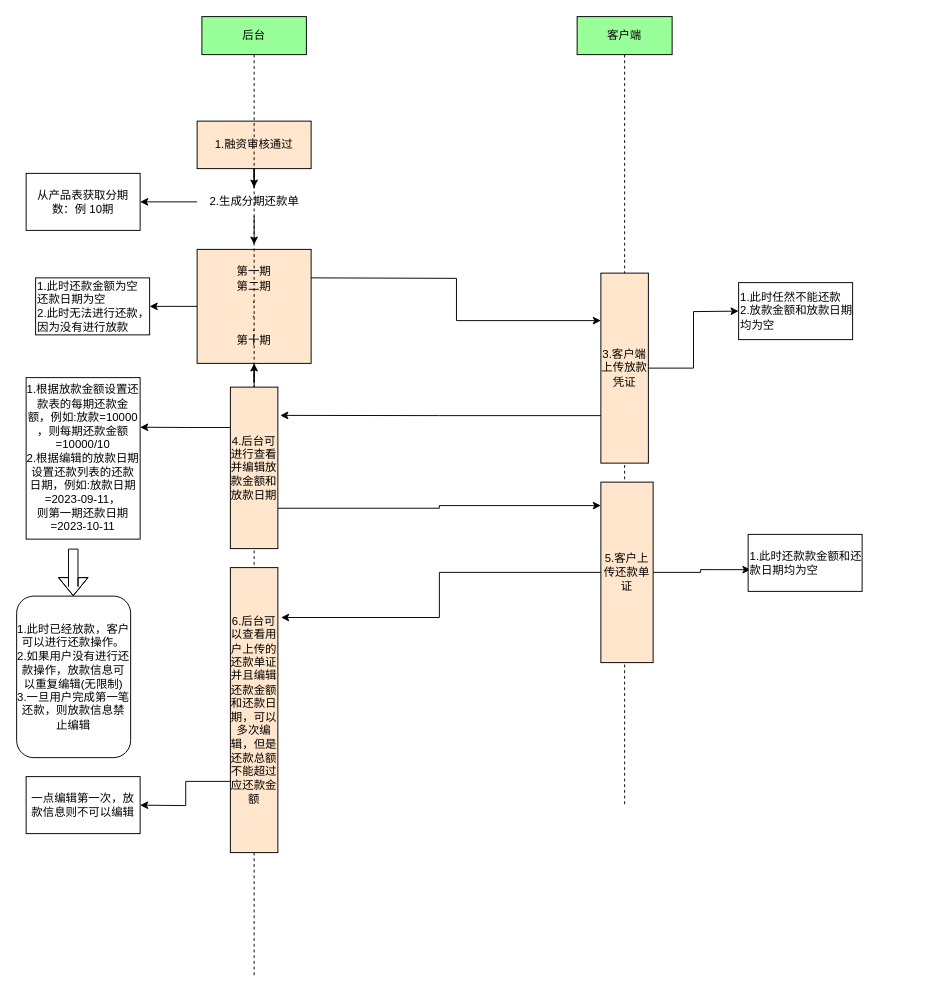
Earlier version of the draw.io diagram 放款与还款.drawio (HaivenZhang/draw-io-files). Source tidied: cells renumbered, new cells numbered last; positions are measured from the earlier drawing's top-left corner, leaving out a move shared by most shapes. Both pictures are drawn from the tidied source at 95%, with x=0, y=0 at pixel (16, 16).
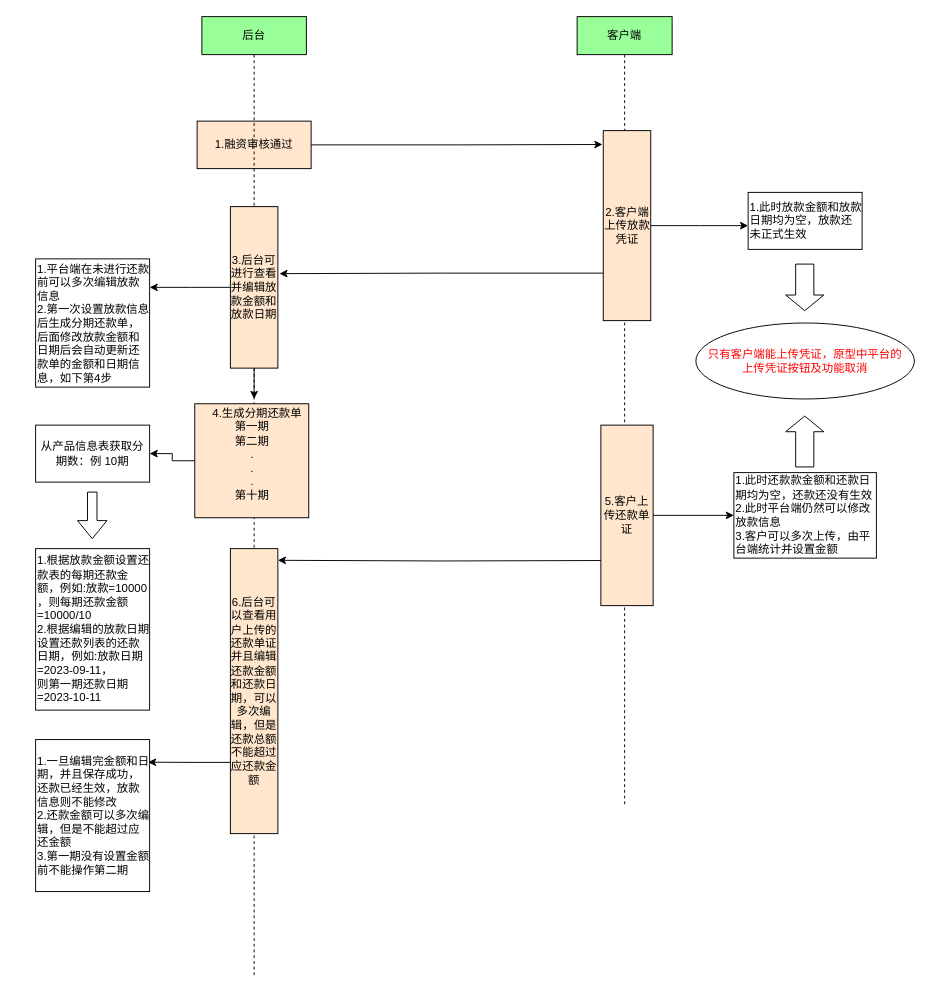
The same diagram, later.

Commit message:
更新放款与还款.drawio

Unchanged cells that the change refers to:
```xml
<mxCell id="3" value="1.融资审核通过" style="rounded=0;whiteSpace=wrap;html=1;fillColor=#FFE6CC;" parent="1" vertex="1">
  <mxGeometry x="190" y="110" width="120" height="50" as="geometry" />
</mxCell>
```

Change to the diagram source:
```diff
@@
-    <mxCell id="2" style="edgeStyle=orthogonalEdgeStyle;rounded=0;jettySize=auto;html=1;exitX=0.5;exitY=1;exitDx=0;exitDy=0;" parent="1" edge="1" source="6">
-      <mxGeometry relative="1" as="geometry">
-        <mxPoint x="250" y="240" as="targetPoint" />
-      </mxGeometry>
-    </mxCell>
+    <mxCell id="32" style="edgeStyle=orthogonalEdgeStyle;rounded=0;jettySize=auto;html=1;exitX=1;exitY=0.5;exitDx=0;exitDy=0;entryX=-0.017;entryY=0.073;entryDx=0;entryDy=0;entryPerimeter=0;" parent="1" edge="1" source="3" target="16">
+      <mxGeometry relative="1" as="geometry" />
+    </mxCell>
@@
-    <mxCell id="4" style="edgeStyle=orthogonalEdgeStyle;rounded=0;jettySize=auto;html=1;exitX=0.5;exitY=1;exitDx=0;exitDy=0;" parent="1" edge="1" source="3" target="6">
-      <mxGeometry relative="1" as="geometry" />
-    </mxCell>
-    <mxCell id="5" style="edgeStyle=orthogonalEdgeStyle;rounded=0;jettySize=auto;html=1;" parent="1" edge="1" source="6">
-      <mxGeometry relative="1" as="geometry">
-        <mxPoint x="130" y="195" as="targetPoint" />
-      </mxGeometry>
-    </mxCell>
-    <mxCell id="6" value="2.生成分期还款单" style="text;html=1;align=center;verticalAlign=middle;points=[];strokeColor=none;fillColor=none;" parent="1" vertex="1">
-      <mxGeometry x="190" y="180" width="120" height="30" as="geometry" />
-    </mxCell>
-    <mxCell id="7" value="从产品表获取分期数：例 10期" style="rounded=0;whiteSpace=wrap;html=1;" parent="1" vertex="1">
-      <mxGeometry x="10" y="165" width="120" height="60" as="geometry" />
+    <mxCell id="7" value="从产品信息表获取分期数：例 10期" style="rounded=0;whiteSpace=wrap;html=1;" parent="1" vertex="1">
+      <mxGeometry x="20" y="430" width="120" height="60" as="geometry" />
     </mxCell>
-    <mxCell id="8" style="edgeStyle=orthogonalEdgeStyle;rounded=0;jettySize=auto;html=1;" parent="1" edge="1" source="10">
-      <mxGeometry relative="1" as="geometry">
-        <mxPoint x="140" y="305" as="targetPoint" />
-      </mxGeometry>
-    </mxCell>
-    <mxCell id="9" style="edgeStyle=orthogonalEdgeStyle;rounded=0;jettySize=auto;html=1;entryX=0;entryY=0.25;entryDx=0;entryDy=0;" parent="1" edge="1" target="16">
-      <mxGeometry relative="1" as="geometry">
-        <mxPoint x="310" y="275" as="sourcePoint" />
-      </mxGeometry>
-    </mxCell>
-    <mxCell id="10" value="&lt;div&gt;第一期&lt;/div&gt;&lt;div&gt;第二期&lt;/div&gt;&lt;div&gt;.&lt;/div&gt;&lt;div&gt;.&lt;/div&gt;&lt;div&gt;.&lt;/div&gt;&lt;div&gt;第十期&lt;br&gt;&lt;/div&gt;" style="whiteSpace=wrap;html=1;fillColor=#FFE6CC;" parent="1" vertex="1">
-      <mxGeometry x="190" y="245" width="120" height="120" as="geometry" />
-    </mxCell>
-    <mxCell id="11" value="&lt;div&gt;1.此时还款金额为空&lt;/div&gt;&lt;div&gt;还款日期为空&lt;/div&gt;&lt;div&gt;2.此时无法进行还款，因为没有进行放款&lt;br&gt;&lt;/div&gt;" style="rounded=0;whiteSpace=wrap;html=1;align=left;" parent="1" vertex="1">
-      <mxGeometry x="20" y="275" width="120" height="60" as="geometry" />
-    </mxCell>
@@
     <mxCell id="14" style="edgeStyle=orthogonalEdgeStyle;rounded=0;jettySize=auto;html=1;" parent="1" edge="1" source="16">
       <mxGeometry relative="1" as="geometry">
-        <mxPoint x="760" y="310" as="targetPoint" />
+        <mxPoint x="770" y="220" as="targetPoint" />
       </mxGeometry>
     </mxCell>
-    <mxCell id="15" style="edgeStyle=orthogonalEdgeStyle;rounded=0;jettySize=auto;html=1;exitX=0;exitY=0.75;exitDx=0;exitDy=0;entryX=1.05;entryY=0.175;entryDx=0;entryDy=0;entryPerimeter=0;" parent="1" edge="1" source="16" target="21">
+    <mxCell id="15" style="edgeStyle=orthogonalEdgeStyle;rounded=0;jettySize=auto;html=1;exitX=0;exitY=0.75;exitDx=0;exitDy=0;entryX=1.033;entryY=0.415;entryDx=0;entryDy=0;entryPerimeter=0;" parent="1" edge="1" source="16" target="21">
       <mxGeometry relative="1" as="geometry" />
     </mxCell>
-    <mxCell id="16" value="3.客户端上传放款凭证" style="rounded=0;whiteSpace=wrap;html=1;fillColor=#FFE6CC;" parent="1" vertex="1">
-      <mxGeometry x="615" y="270" width="50" height="200" as="geometry" />
+    <mxCell id="16" value="2.客户端上传放款凭证" style="rounded=0;whiteSpace=wrap;html=1;fillColor=#FFE6CC;" parent="1" vertex="1">
+      <mxGeometry x="617.5" y="120" width="50" height="200" as="geometry" />
     </mxCell>
-    <mxCell id="17" value="&lt;div&gt;1.此时任然不能还款&lt;/div&gt;&lt;div&gt;2.放款金额和放款日期均为空&lt;br&gt;&lt;/div&gt;" style="whiteSpace=wrap;html=1;align=left;" parent="1" vertex="1">
-      <mxGeometry x="760" y="280" width="120" height="60" as="geometry" />
+    <mxCell id="17" value="&lt;div&gt;1.此时放款金额和放款日期均为空，放款还未正式生效&lt;br&gt;&lt;/div&gt;" style="whiteSpace=wrap;html=1;align=left;" parent="1" vertex="1">
+      <mxGeometry x="770" y="185" width="120" height="60" as="geometry" />
     </mxCell>
-    <mxCell id="18" style="edgeStyle=orthogonalEdgeStyle;rounded=0;jettySize=auto;html=1;exitX=0;exitY=0.25;exitDx=0;exitDy=0;" parent="1" edge="1" source="21">
-      <mxGeometry relative="1" as="geometry">
-        <mxPoint x="130" y="432.2" as="targetPoint" />
-      </mxGeometry>
-    </mxCell>
-    <mxCell id="19" style="edgeStyle=orthogonalEdgeStyle;rounded=0;jettySize=auto;html=1;exitX=1;exitY=0.75;exitDx=0;exitDy=0;entryX=0;entryY=0.13;entryDx=0;entryDy=0;entryPerimeter=0;" parent="1" edge="1" source="21" target="27">
-      <mxGeometry relative="1" as="geometry" />
-    </mxCell>
-    <mxCell id="20" style="edgeStyle=orthogonalEdgeStyle;rounded=0;jettySize=auto;html=1;" parent="1" edge="1" source="21" target="10">
-      <mxGeometry relative="1" as="geometry" />
-    </mxCell>
+    <mxCell id="33" style="edgeStyle=orthogonalEdgeStyle;rounded=0;jettySize=auto;html=1;" parent="1" edge="1" source="21" target="6">
+      <mxGeometry relative="1" as="geometry">
+        <Array as="points">
+          <mxPoint x="250" y="410" />
+          <mxPoint x="250" y="410" />
+        </Array>
+      </mxGeometry>
+    </mxCell>
+    <mxCell id="34" style="edgeStyle=orthogonalEdgeStyle;rounded=0;jettySize=auto;html=1;" parent="1" edge="1" source="21">
+      <mxGeometry relative="1" as="geometry">
+        <mxPoint x="140" y="285" as="targetPoint" />
+      </mxGeometry>
+    </mxCell>
-    <mxCell id="21" value="4.后台可进行查看并编辑放款金额和放款日期" style="rounded=0;whiteSpace=wrap;html=1;fillColor=#FFE6CC;" parent="1" vertex="1">
-      <mxGeometry x="225" y="390" width="50" height="170" as="geometry" />
+    <mxCell id="21" value="3.后台可进行查看并编辑放款金额和放款日期" style="rounded=0;whiteSpace=wrap;html=1;fillColor=#FFE6CC;" parent="1" vertex="1">
+      <mxGeometry x="225" y="200" width="50" height="170" as="geometry" />
     </mxCell>
-    <mxCell id="22" value="&lt;div&gt;1.根据放款金额设置还款表的每期还款金额，例如:放款=10000&lt;/div&gt;&lt;div&gt;，则每期还款金额=10000/10&lt;/div&gt;&lt;div&gt;2.根据编辑的放款日期设置还款列表的还款日期，例如:放款日期=2023-09-11，&lt;/div&gt;&lt;div&gt;则第一期还款日期=2023-10-11&lt;br&gt;&lt;/div&gt;" style="rounded=0;whiteSpace=wrap;html=1;" parent="1" vertex="1">
-      <mxGeometry x="10" y="380" width="120" height="170" as="geometry" />
+    <mxCell id="22" value="&lt;div&gt;1.根据放款金额设置还款表的每期还款金额，例如:放款=10000&lt;/div&gt;&lt;div&gt;，则每期还款金额=10000/10&lt;/div&gt;&lt;div&gt;2.根据编辑的放款日期设置还款列表的还款日期，例如:放款日期=2023-09-11，&lt;/div&gt;&lt;div&gt;则第一期还款日期=2023-10-11&lt;br&gt;&lt;/div&gt;" style="rounded=0;whiteSpace=wrap;html=1;align=left;" parent="1" vertex="1">
+      <mxGeometry x="20" y="560" width="120" height="170" as="geometry" />
     </mxCell>
-    <mxCell id="23" style="shape=flexArrow;endArrow=classic;html=1;rounded=0;" parent="1" edge="1">
-      <mxGeometry relative="1" as="geometry">
-        <mxPoint x="59.6" y="560" as="sourcePoint" />
-        <mxPoint x="59.6" y="610" as="targetPoint" />
-        <Array as="points">
-          <mxPoint x="59.6" y="600" />
-        </Array>
-      </mxGeometry>
-    </mxCell>
-    <mxCell id="24" value="&lt;div&gt;1.此时已经放款，客户可以进行还款操作。&lt;/div&gt;&lt;div&gt;2.如果用户没有进行还款操作，放款信息可以重复编辑(无限制)&lt;/div&gt;&lt;div&gt;3.一旦用户完成第一笔还款，则放款信息禁止编辑&lt;br&gt;&lt;/div&gt;" style="rounded=1;whiteSpace=wrap;html=1;" parent="1" vertex="1">
-      <mxGeometry y="610" width="120" height="170" as="geometry" />
-    </mxCell>
-    <mxCell id="25" style="edgeStyle=orthogonalEdgeStyle;rounded=0;jettySize=auto;html=1;entryX=1.067;entryY=0.175;entryDx=0;entryDy=0;entryPerimeter=0;" parent="1" edge="1" source="27" target="29">
-      <mxGeometry relative="1" as="geometry" />
-    </mxCell>
-    <mxCell id="26" style="edgeStyle=orthogonalEdgeStyle;rounded=0;jettySize=auto;html=1;entryX=0.021;entryY=0.619;entryDx=0;entryDy=0;entryPerimeter=0;" parent="1" edge="1" source="27" target="31">
+    <mxCell id="26" style="edgeStyle=orthogonalEdgeStyle;rounded=0;jettySize=auto;html=1;entryX=0;entryY=0.5;entryDx=0;entryDy=0;" parent="1" edge="1" source="27" target="31">
       <mxGeometry relative="1" as="geometry" />
     </mxCell>
+    <mxCell id="35" style="edgeStyle=orthogonalEdgeStyle;rounded=0;orthogonalLoop=1;jettySize=auto;html=1;exitX=0;exitY=0.75;exitDx=0;exitDy=0;entryX=0.9;entryY=0.041;entryDx=0;entryDy=0;entryPerimeter=0;" parent="1" edge="1">
+      <mxGeometry relative="1" as="geometry">
+        <mxPoint x="620" y="572.5" as="sourcePoint" />
+        <mxPoint x="275" y="572.3" as="targetPoint" />
+      </mxGeometry>
+    </mxCell>
     <mxCell id="27" value="5.客户上传还款单证" style="rounded=0;whiteSpace=wrap;html=1;fillColor=#FFE6CC;" parent="1" vertex="1">
-      <mxGeometry x="615" y="490" width="55" height="190" as="geometry" />
+      <mxGeometry x="615" y="430" width="55" height="190" as="geometry" />
     </mxCell>
-    <mxCell id="28" style="edgeStyle=orthogonalEdgeStyle;rounded=0;jettySize=auto;html=1;exitX=0;exitY=0.75;exitDx=0;exitDy=0;" parent="1" edge="1" source="29">
-      <mxGeometry relative="1" as="geometry">
-        <mxPoint x="130" y="830" as="targetPoint" />
-      </mxGeometry>
-    </mxCell>
+    <mxCell id="36" style="edgeStyle=orthogonalEdgeStyle;rounded=0;jettySize=auto;html=1;exitX=0;exitY=0.75;exitDx=0;exitDy=0;entryX=0.986;entryY=0.149;entryDx=0;entryDy=0;entryPerimeter=0;" parent="1" edge="1" source="29" target="30">
+      <mxGeometry relative="1" as="geometry" />
+    </mxCell>
     <mxCell id="29" value="6.后台可以查看用户上传的还款单证并且编辑还款金额和还款日期，可以多次编辑，但是还款总额不能超过应还款金额" style="rounded=0;whiteSpace=wrap;html=1;fillColor=#FFE6CC;" parent="1" vertex="1">
-      <mxGeometry x="225" y="580" width="50" height="300" as="geometry" />
+      <mxGeometry x="225" y="560" width="50" height="300" as="geometry" />
     </mxCell>
-    <mxCell id="30" value="一点编辑第一次，放款信息则不可以编辑" style="rounded=0;whiteSpace=wrap;html=1;" parent="1" vertex="1">
-      <mxGeometry x="10" y="800" width="120" height="60" as="geometry" />
+    <mxCell id="30" value="&lt;div&gt;1.一旦编辑完金额和日期，并且保存成功，还款已经生效，放款信息则不能修改&lt;/div&gt;&lt;div&gt;2.还款金额可以多次编辑，但是不能超过应还金额&lt;/div&gt;&lt;div&gt;3.第一期没有设置金额前不能操作第二期&lt;br&gt;&lt;/div&gt;" style="rounded=0;whiteSpace=wrap;html=1;align=left;" parent="1" vertex="1">
+      <mxGeometry x="20" y="761" width="120" height="160" as="geometry" />
     </mxCell>
-    <mxCell id="31" value="&lt;div&gt;1.此时还款款金额和还款日期均为空&lt;br&gt;&lt;/div&gt;" style="whiteSpace=wrap;html=1;align=left;" parent="1" vertex="1">
-      <mxGeometry x="770" y="545" width="120" height="60" as="geometry" />
+    <mxCell id="31" value="&lt;div&gt;1.此时还款款金额和还款日期均为空，还款还没有生效&lt;/div&gt;&lt;div&gt;2.此时平台端仍然可以修改放款信息&lt;/div&gt;&lt;div&gt;3.客户可以多次上传，由平台端统计并设置金额&lt;br&gt;&lt;/div&gt;" style="whiteSpace=wrap;html=1;align=left;" parent="1" vertex="1">
+      <mxGeometry x="755" y="480" width="150" height="90" as="geometry" />
     </mxCell>
+    <mxCell id="37" value="&lt;div&gt;&lt;font color=&quot;#ff0000&quot;&gt;只有客户端能上传凭证，原型中平台的&lt;/font&gt;&lt;/div&gt;&lt;div&gt;&lt;font color=&quot;#ff0000&quot;&gt;上传凭证按钮及功能取消&lt;/font&gt;&lt;/div&gt;" style="ellipse;whiteSpace=wrap;html=1;" parent="1" vertex="1">
+      <mxGeometry x="715" y="322.5" width="230" height="80" as="geometry" />
+    </mxCell>
+    <mxCell id="38" style="shape=flexArrow;endArrow=classic;html=1;rounded=0;width=19.166666666666668;endSize=5.141666666666667;entryX=0.75;entryY=0.944;entryDx=0;entryDy=0;entryPerimeter=0;" parent="1" edge="1">
+      <mxGeometry relative="1" as="geometry">
+        <mxPoint x="829.6" y="474.5" as="sourcePoint" />
+        <mxPoint x="829.6" y="420" as="targetPoint" />
+      </mxGeometry>
+    </mxCell>
+    <mxCell id="39" style="shape=flexArrow;endArrow=classic;html=1;rounded=0;width=19.166666666666668;endSize=5.141666666666667;" parent="1" edge="1">
+      <mxGeometry relative="1" as="geometry">
+        <mxPoint x="829.6" y="260" as="sourcePoint" />
+        <mxPoint x="829.6" y="310" as="targetPoint" />
+      </mxGeometry>
+    </mxCell>
+    <mxCell id="40" style="group;" parent="1" vertex="1">
+      <mxGeometry x="187.5" y="402.5" width="125" height="125" as="geometry" />
+    </mxCell>
+    <mxCell id="10" value="&lt;div&gt;第一期&lt;/div&gt;&lt;div&gt;第二期&lt;/div&gt;&lt;div&gt;.&lt;/div&gt;&lt;div&gt;.&lt;/div&gt;&lt;div&gt;.&lt;/div&gt;&lt;div&gt;第十期&lt;br&gt;&lt;/div&gt;" style="whiteSpace=wrap;html=1;fillColor=#FFE6CC;" parent="40" vertex="1">
+      <mxGeometry y="5" width="120" height="120" as="geometry" />
+    </mxCell>
+    <mxCell id="6" value="4.生成分期还款单" style="text;html=1;align=center;verticalAlign=middle;points=[];strokeColor=none;fillColor=none;" parent="40" vertex="1">
+      <mxGeometry x="5" width="120" height="30" as="geometry" />
+    </mxCell>
+    <mxCell id="41" style="edgeStyle=orthogonalEdgeStyle;rounded=0;jettySize=auto;html=1;" parent="1" edge="1" source="10" target="7">
+      <mxGeometry relative="1" as="geometry" />
+    </mxCell>
+    <mxCell id="42" style="shape=flexArrow;endArrow=classic;html=1;rounded=0;" parent="1" edge="1">
+      <mxGeometry relative="1" as="geometry">
+        <mxPoint x="79.6" y="500" as="sourcePoint" />
+        <mxPoint x="79.6" y="550" as="targetPoint" />
+      </mxGeometry>
+    </mxCell>
+    <mxCell id="43" value="&lt;div&gt;1.平台端在未进行还款前可以多次编辑放款信息&lt;/div&gt;&lt;div&gt;2.第一次设置放款信息后生成分期还款单，后面修改放款金额和日期后会自动更新还款单的金额和日期信息，如下第4步&lt;br&gt;&lt;/div&gt;" style="rounded=0;whiteSpace=wrap;html=1;align=left;" parent="1" vertex="1">
+      <mxGeometry x="20" y="255" width="120" height="135" as="geometry" />
+    </mxCell>
```
